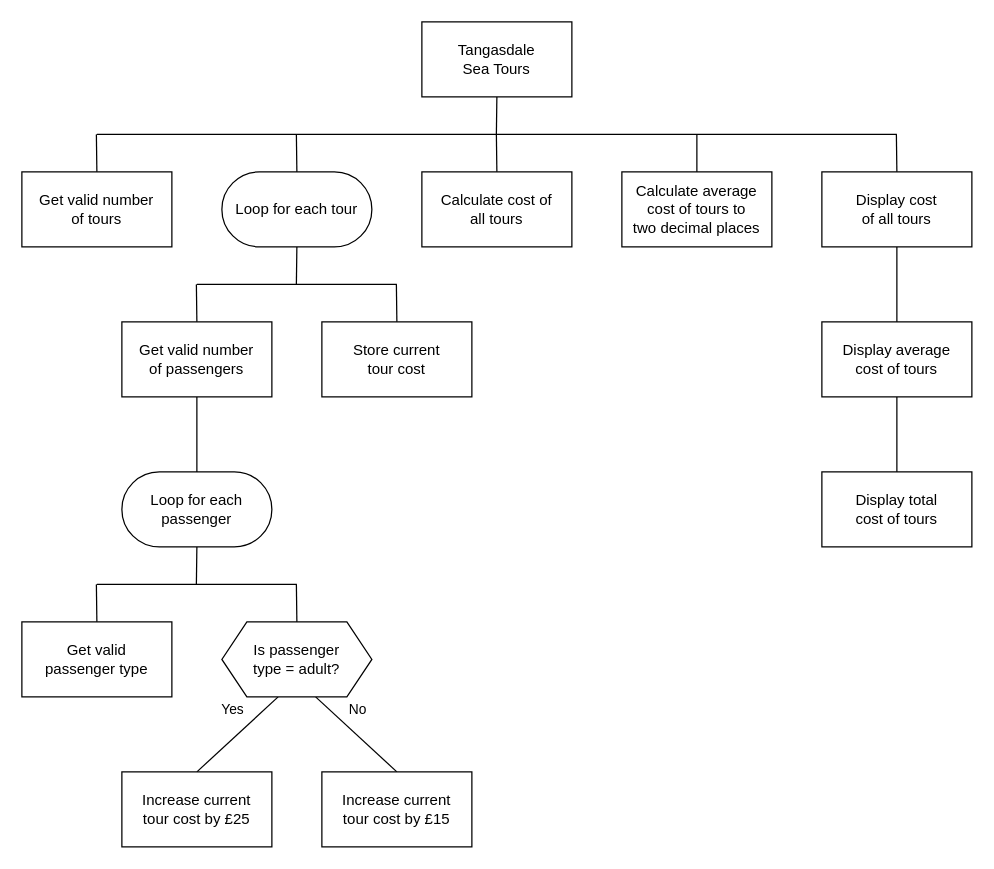
Earlier version of the draw.io diagram n5-cs/sdd/N5-SDD-TST/assets/N5 SDD TST.drawio (MrFriendCS/MrFriendCS.github.io). Source tidied: cells renumbered, new cells numbered last; positions are measured from the earlier drawing's top-left corner, leaving out a move shared by most shapes. Both pictures are drawn from the tidied source at 125%, with x=0, y=0 at pixel (21, 21).
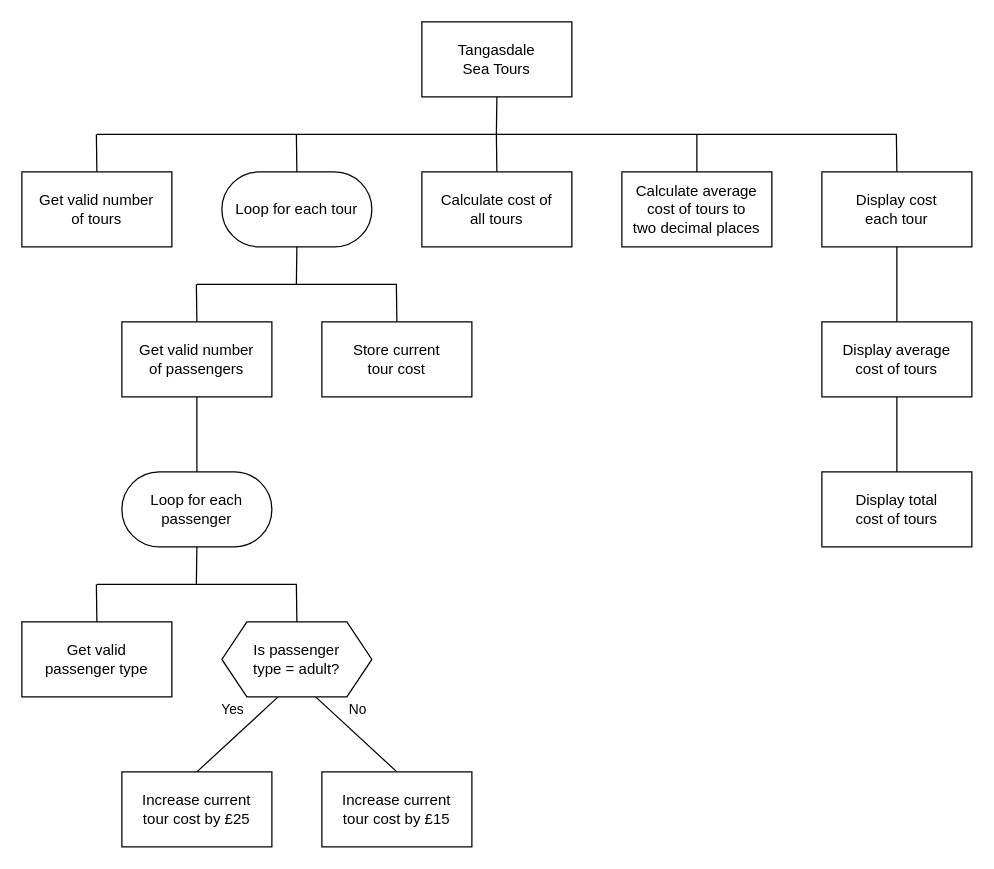
Above is the later version.

Change to the diagram source:
```diff
@@
-    <mxCell id="27" value="Display cost&lt;div&gt;of all tours&lt;/div&gt;" style="rounded=0;whiteSpace=wrap;html=1;" parent="1" vertex="1">
+    <mxCell id="27" value="Display cost&lt;div&gt;each tour&lt;/div&gt;" style="rounded=0;whiteSpace=wrap;html=1;" parent="1" vertex="1">
       <mxGeometry x="640" y="120" width="120" height="60" as="geometry" />
     </mxCell>
```
